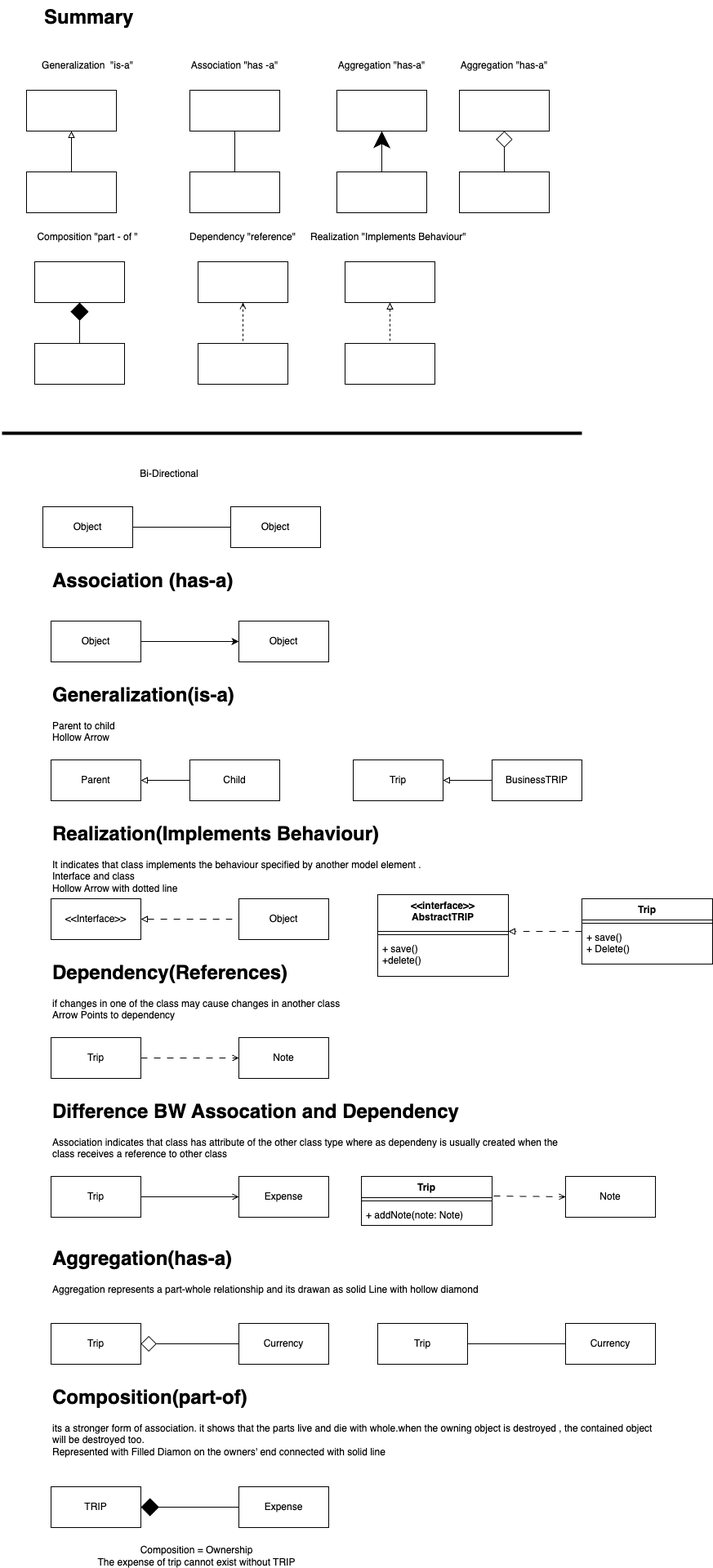
Above: drawio/UML_learning/Association_generatlization_etc.drawio.png in vishalguptahmh/programmingInterviewQuestions (draw.io), before the change. Source tidied: cells renumbered, new cells last; positions are measured from the earlier drawing's top-left corner, leaving out a move shared by most shapes.
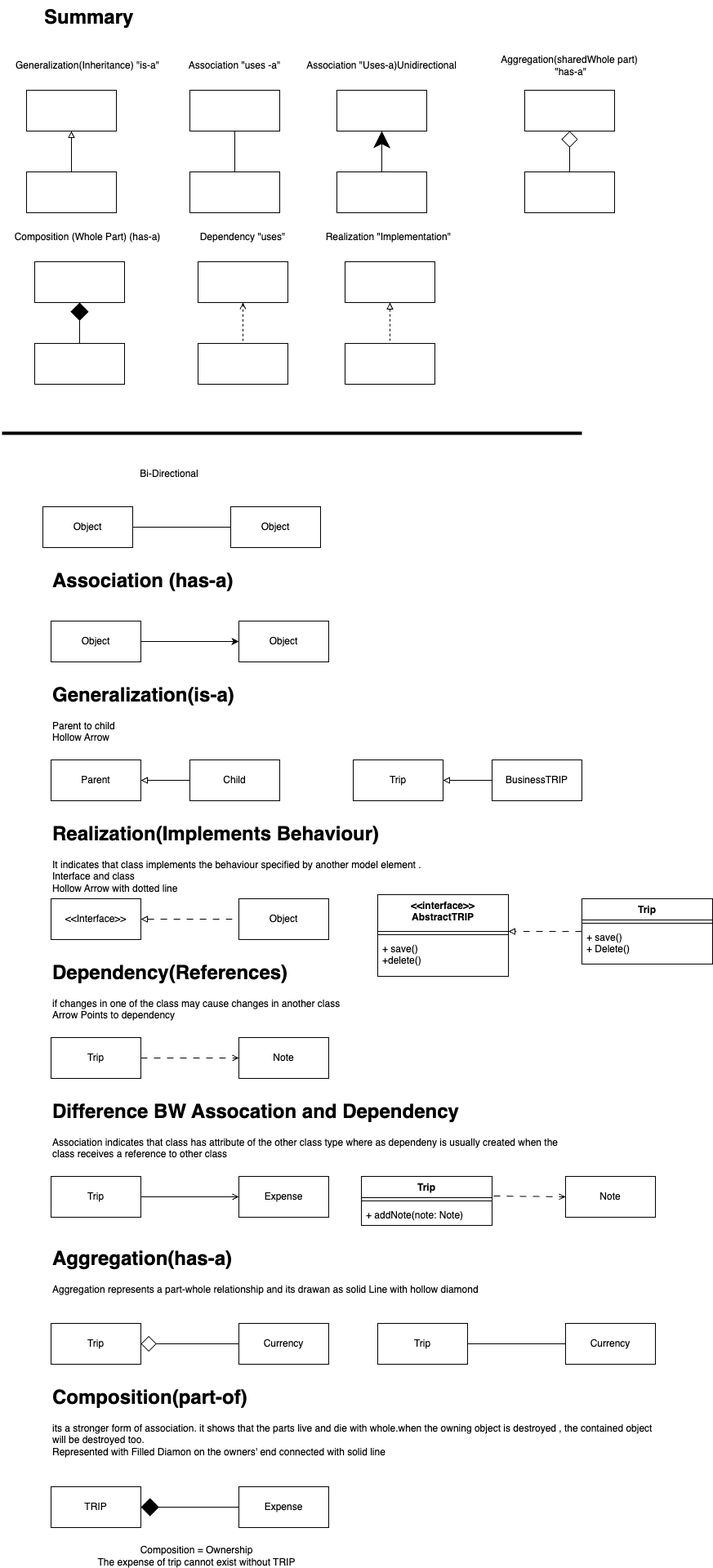
After the commit.

The edit, as a diff of the source:
```diff
@@ -164,7 +164,7 @@
     <mxCell id="55" style="html=1;whiteSpace=wrap;" parent="1" vertex="1">
       <mxGeometry x="30" y="210" width="110" height="50" as="geometry" />
     </mxCell>
-    <mxCell id="56" value="Generalization&amp;nbsp; &quot;is-a&quot;" style="text;html=1;align=center;verticalAlign=middle;whiteSpace=wrap;rounded=0;" parent="1" vertex="1">
+    <mxCell id="56" value="Generalization(Inheritance) &quot;is-a&quot;" style="text;html=1;align=center;verticalAlign=middle;whiteSpace=wrap;rounded=0;" parent="1" vertex="1">
       <mxGeometry y="70" width="210" height="20" as="geometry" />
     </mxCell>
     <mxCell id="57" style="edgeStyle=none;html=1;entryX=0.5;entryY=0;entryDx=0;entryDy=0;endArrow=none;endFill=0;" parent="1" edge="1" source="58" target="59">
@@ -176,7 +176,7 @@
     <mxCell id="59" style="html=1;whiteSpace=wrap;" parent="1" vertex="1">
       <mxGeometry x="230" y="210" width="110" height="50" as="geometry" />
     </mxCell>
-    <mxCell id="60" value="Association &quot;has -a&quot;" style="text;html=1;align=center;verticalAlign=middle;whiteSpace=wrap;rounded=0;" parent="1" vertex="1">
+    <mxCell id="60" value="Association &quot;uses -a&quot;" style="text;html=1;align=center;verticalAlign=middle;whiteSpace=wrap;rounded=0;" parent="1" vertex="1">
       <mxGeometry x="180" y="70" width="210" height="20" as="geometry" />
     </mxCell>
     <mxCell id="61" style="edgeStyle=none;html=1;entryX=0.5;entryY=0;entryDx=0;entryDy=0;endArrow=none;endFill=0;startArrow=classic;startFill=1;startSize=18;" parent="1" edge="1" source="62" target="63">
@@ -188,7 +188,7 @@
     <mxCell id="63" style="html=1;whiteSpace=wrap;" parent="1" vertex="1">
       <mxGeometry x="410" y="210" width="110" height="50" as="geometry" />
     </mxCell>
-    <mxCell id="64" value="Aggregation &quot;has-a&quot;" style="text;html=1;align=center;verticalAlign=middle;whiteSpace=wrap;rounded=0;" parent="1" vertex="1">
+    <mxCell id="64" value="Association &quot;Uses-a)Unidirectional" style="text;html=1;align=center;verticalAlign=middle;whiteSpace=wrap;rounded=0;" parent="1" vertex="1">
       <mxGeometry x="360" y="70" width="210" height="20" as="geometry" />
     </mxCell>
     <mxCell id="65" style="edgeStyle=none;html=1;entryX=0.5;entryY=0;entryDx=0;entryDy=0;endArrow=none;endFill=0;startArrow=diamond;startFill=1;endSize=12;startSize=20;" parent="1" edge="1" source="66" target="67">
@@ -200,7 +200,7 @@
     <mxCell id="67" style="html=1;whiteSpace=wrap;" parent="1" vertex="1">
       <mxGeometry x="40" y="420" width="110" height="50" as="geometry" />
     </mxCell>
-    <mxCell id="68" value="Composition &quot;part - of &quot;" style="text;html=1;align=center;verticalAlign=middle;whiteSpace=wrap;rounded=0;" parent="1" vertex="1">
+    <mxCell id="68" value="Composition (Whole Part) (has-a)" style="text;html=1;align=center;verticalAlign=middle;whiteSpace=wrap;rounded=0;" parent="1" vertex="1">
       <mxGeometry y="280" width="210" height="20" as="geometry" />
     </mxCell>
     <mxCell id="69" style="edgeStyle=none;html=1;entryX=0.5;entryY=0;entryDx=0;entryDy=0;endArrow=none;endFill=0;startArrow=open;startFill=0;dashed=1;" parent="1" edge="1" source="70" target="71">
@@ -212,7 +212,7 @@
     <mxCell id="71" style="html=1;whiteSpace=wrap;" parent="1" vertex="1">
       <mxGeometry x="240" y="420" width="110" height="50" as="geometry" />
     </mxCell>
-    <mxCell id="72" value="Dependency &quot;reference&quot;" style="text;html=1;align=center;verticalAlign=middle;whiteSpace=wrap;rounded=0;" parent="1" vertex="1">
+    <mxCell id="72" value="Dependency &quot;uses&quot;" style="text;html=1;align=center;verticalAlign=middle;whiteSpace=wrap;rounded=0;" parent="1" vertex="1">
       <mxGeometry x="190" y="280" width="210" height="20" as="geometry" />
     </mxCell>
     <mxCell id="73" style="edgeStyle=none;html=1;entryX=0.5;entryY=0;entryDx=0;entryDy=0;endArrow=none;endFill=0;startArrow=block;startFill=0;dashed=1;" parent="1" edge="1" source="74" target="75">
@@ -224,7 +224,7 @@
     <mxCell id="75" style="html=1;whiteSpace=wrap;" parent="1" vertex="1">
       <mxGeometry x="420" y="420" width="110" height="50" as="geometry" />
     </mxCell>
-    <mxCell id="76" value="Realization &quot;Implements Behaviour&quot;&amp;nbsp;" style="text;html=1;align=center;verticalAlign=middle;whiteSpace=wrap;rounded=0;" parent="1" vertex="1">
+    <mxCell id="76" value="Realization &quot;Implementation&quot;&amp;nbsp;" style="text;html=1;align=center;verticalAlign=middle;whiteSpace=wrap;rounded=0;" parent="1" vertex="1">
       <mxGeometry x="370" y="280" width="210" height="20" as="geometry" />
     </mxCell>
     <mxCell id="77" value="&lt;h1 style=&quot;margin-top: 0px;&quot;&gt;Summary&lt;/h1&gt;" style="text;html=1;whiteSpace=wrap;overflow=hidden;rounded=0;" parent="1" vertex="1">
@@ -240,13 +240,13 @@
       <mxGeometry relative="1" as="geometry" />
     </mxCell>
     <mxCell id="80" style="html=1;whiteSpace=wrap;" parent="1" vertex="1">
-      <mxGeometry x="560" y="110" width="110" height="50" as="geometry" />
+      <mxGeometry x="640" y="110" width="110" height="50" as="geometry" />
     </mxCell>
     <mxCell id="81" style="html=1;whiteSpace=wrap;" parent="1" vertex="1">
-      <mxGeometry x="560" y="210" width="110" height="50" as="geometry" />
+      <mxGeometry x="640" y="210" width="110" height="50" as="geometry" />
     </mxCell>
-    <mxCell id="82" value="Aggregation &quot;has-a&quot;" style="text;html=1;align=center;verticalAlign=middle;whiteSpace=wrap;rounded=0;" parent="1" vertex="1">
-      <mxGeometry x="510" y="70" width="210" height="20" as="geometry" />
+    <mxCell id="82" value="&lt;span style=&quot;color: rgb(0, 0, 0);&quot;&gt;Aggregation(sharedWhole part)&lt;/span&gt;&lt;div&gt;&amp;nbsp;&quot;has-a&quot;&lt;/div&gt;" style="text;html=1;align=center;verticalAlign=middle;whiteSpace=wrap;rounded=0;" parent="1" vertex="1">
+      <mxGeometry x="590" y="70" width="210" height="20" as="geometry" />
     </mxCell>
   </root>
 </mxGraphModel>
```
